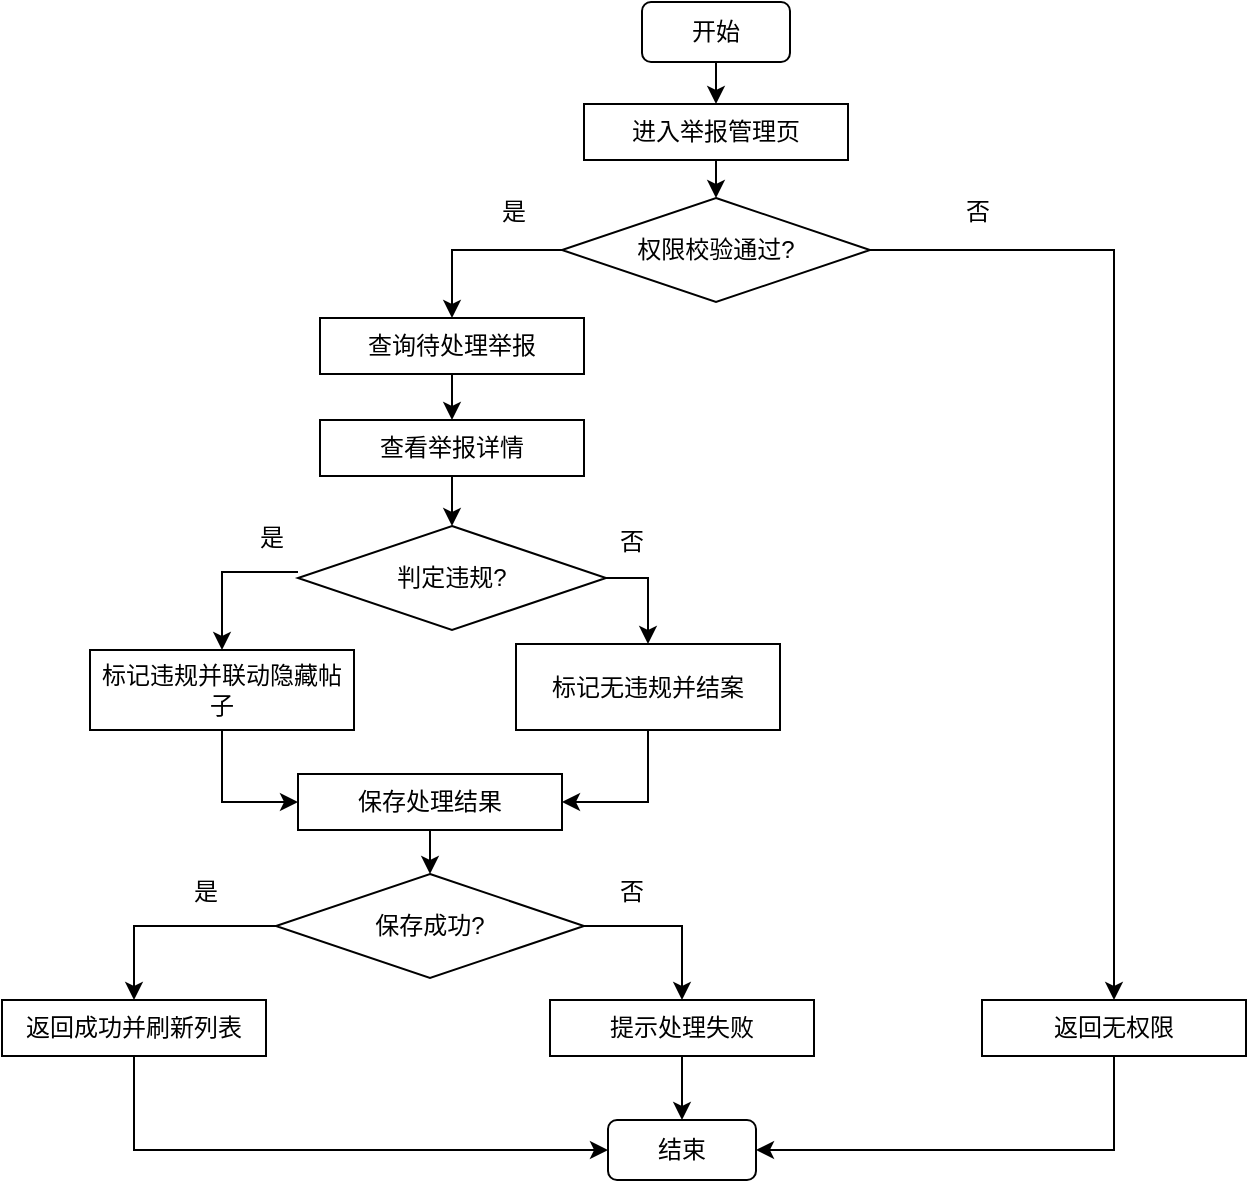
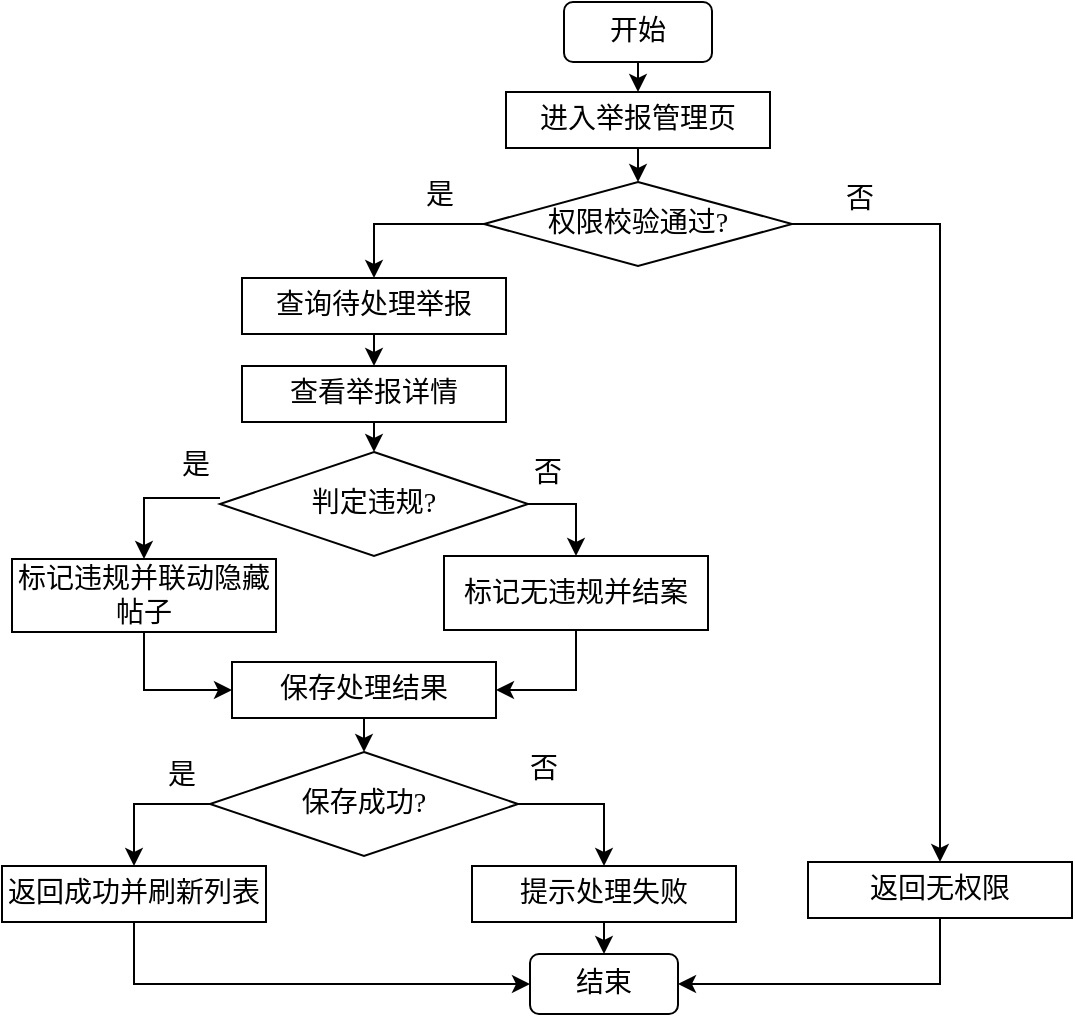
<mxfile host="app.diagrams.net">
  <diagram name="第 1 页" id="Ajj3nnqfAEhxi_esBhM-">
    <mxGraphModel dx="1406" dy="780" grid="0" gridSize="10" guides="1" tooltips="1" connect="1" arrows="1" fold="1" page="1" pageScale="1" pageWidth="827" pageHeight="1169" math="0" shadow="0">
      <root>
        <mxCell id="0" />
        <mxCell id="1" parent="0" />
-         <mxCell id="5s4HJbSS7f1pDqxF-hRO-1" parent="1" style="rounded=1;whiteSpace=wrap;html=1;" value="&lt;span style=&quot;font-size: 12px;&quot;&gt;开始&lt;/span&gt;" vertex="1">
+         <mxCell id="5s4HJbSS7f1pDqxF-hRO-1" parent="1" style="rounded=1;whiteSpace=wrap;html=1;fontFamily=仿宋;fontSize=14;" value="&lt;span&gt;开始&lt;/span&gt;" vertex="1">
          <mxGeometry height="30" width="74" x="389" y="11" as="geometry" />
        </mxCell>
-         <mxCell id="5s4HJbSS7f1pDqxF-hRO-2" parent="1" style="rounded=0;whiteSpace=wrap;html=1;" value="&lt;span style=&quot;font-size: 12px;&quot;&gt;进入举报管理页&lt;/span&gt;" vertex="1">
-           <mxGeometry height="28" width="132" x="360" y="62" as="geometry" />
+         <mxCell id="5s4HJbSS7f1pDqxF-hRO-2" parent="1" style="rounded=0;whiteSpace=wrap;html=1;fontFamily=仿宋;fontSize=14;" value="&lt;span&gt;进入举报管理页&lt;/span&gt;" vertex="1">
+           <mxGeometry height="28" width="132" x="360" y="56" as="geometry" />
        </mxCell>
-         <mxCell id="5s4HJbSS7f1pDqxF-hRO-3" parent="1" style="rhombus;whiteSpace=wrap;html=1;" value="&lt;span style=&quot;font-size: 12px;&quot;&gt;权限校验通过?&lt;/span&gt;" vertex="1">
-           <mxGeometry height="52" width="154" x="349" y="109" as="geometry" />
+         <mxCell id="5s4HJbSS7f1pDqxF-hRO-3" parent="1" style="rhombus;whiteSpace=wrap;html=1;fontFamily=仿宋;fontSize=14;" value="&lt;span&gt;权限校验通过?&lt;/span&gt;" vertex="1">
+           <mxGeometry height="42" width="154" x="349" y="101" as="geometry" />
        </mxCell>
-         <mxCell id="5s4HJbSS7f1pDqxF-hRO-4" parent="1" style="rounded=0;whiteSpace=wrap;html=1;" value="&lt;span style=&quot;font-size: 12px;&quot;&gt;查询待处理举报&lt;/span&gt;" vertex="1">
-           <mxGeometry height="28" width="132" x="228" y="169" as="geometry" />
+         <mxCell id="5s4HJbSS7f1pDqxF-hRO-4" parent="1" style="rounded=0;whiteSpace=wrap;html=1;fontFamily=仿宋;fontSize=14;" value="&lt;span&gt;查询待处理举报&lt;/span&gt;" vertex="1">
+           <mxGeometry height="28" width="132" x="228" y="149" as="geometry" />
        </mxCell>
-         <mxCell id="5s4HJbSS7f1pDqxF-hRO-5" parent="1" style="rounded=0;whiteSpace=wrap;html=1;" value="&lt;span style=&quot;font-size: 12px;&quot;&gt;查看举报详情&lt;/span&gt;" vertex="1">
-           <mxGeometry height="28" width="132" x="228" y="220" as="geometry" />
+         <mxCell id="5s4HJbSS7f1pDqxF-hRO-5" parent="1" style="rounded=0;whiteSpace=wrap;html=1;fontFamily=仿宋;fontSize=14;" value="&lt;span&gt;查看举报详情&lt;/span&gt;" vertex="1">
+           <mxGeometry height="28" width="132" x="228" y="193" as="geometry" />
        </mxCell>
-         <mxCell id="5s4HJbSS7f1pDqxF-hRO-6" parent="1" style="rhombus;whiteSpace=wrap;html=1;" value="&lt;span style=&quot;font-size: 12px;&quot;&gt;判定违规?&lt;/span&gt;" vertex="1">
-           <mxGeometry height="52" width="154" x="217" y="273" as="geometry" />
+         <mxCell id="5s4HJbSS7f1pDqxF-hRO-6" parent="1" style="rhombus;whiteSpace=wrap;html=1;fontFamily=仿宋;fontSize=14;" value="&lt;span&gt;判定违规?&lt;/span&gt;" vertex="1">
+           <mxGeometry height="52" width="154" x="217" y="236" as="geometry" />
        </mxCell>
-         <mxCell id="5s4HJbSS7f1pDqxF-hRO-7" parent="1" style="rounded=0;whiteSpace=wrap;html=1;" value="&lt;span style=&quot;font-size: 12px;&quot;&gt;标记违规并联动隐藏帖子&lt;/span&gt;" vertex="1">
-           <mxGeometry height="40" width="132" x="113" y="335" as="geometry" />
+         <mxCell id="5s4HJbSS7f1pDqxF-hRO-7" parent="1" style="rounded=0;whiteSpace=wrap;html=1;fontFamily=仿宋;fontSize=14;" value="&lt;span&gt;标记违规并联动隐藏帖子&lt;/span&gt;" vertex="1">
+           <mxGeometry height="36.5" width="132" x="113" y="289.5" as="geometry" />
        </mxCell>
-         <mxCell id="5s4HJbSS7f1pDqxF-hRO-8" parent="1" style="rounded=0;whiteSpace=wrap;html=1;" value="&lt;span style=&quot;font-size: 12px;&quot;&gt;标记无违规并结案&lt;/span&gt;" vertex="1">
-           <mxGeometry height="43" width="132" x="326" y="332" as="geometry" />
+         <mxCell id="5s4HJbSS7f1pDqxF-hRO-8" parent="1" style="rounded=0;whiteSpace=wrap;html=1;fontFamily=仿宋;fontSize=14;" value="&lt;span&gt;标记无违规并结案&lt;/span&gt;" vertex="1">
+           <mxGeometry height="37" width="132" x="329" y="288" as="geometry" />
        </mxCell>
-         <mxCell id="5s4HJbSS7f1pDqxF-hRO-9" parent="1" style="rounded=0;whiteSpace=wrap;html=1;" value="&lt;span style=&quot;font-size: 12px;&quot;&gt;保存处理结果&lt;/span&gt;" vertex="1">
-           <mxGeometry height="28" width="132" x="217" y="397" as="geometry" />
+         <mxCell id="5s4HJbSS7f1pDqxF-hRO-9" parent="1" style="rounded=0;whiteSpace=wrap;html=1;fontFamily=仿宋;fontSize=14;" value="&lt;span&gt;保存处理结果&lt;/span&gt;" vertex="1">
+           <mxGeometry height="28" width="132" x="223" y="341" as="geometry" />
        </mxCell>
-         <mxCell id="5s4HJbSS7f1pDqxF-hRO-10" parent="1" style="rhombus;whiteSpace=wrap;html=1;" value="&lt;span style=&quot;font-size: 12px;&quot;&gt;保存成功?&lt;/span&gt;" vertex="1">
-           <mxGeometry height="52" width="154" x="206" y="447" as="geometry" />
+         <mxCell id="5s4HJbSS7f1pDqxF-hRO-10" parent="1" style="rhombus;whiteSpace=wrap;html=1;fontFamily=仿宋;fontSize=14;" value="&lt;span&gt;保存成功?&lt;/span&gt;" vertex="1">
+           <mxGeometry height="52" width="154" x="212" y="386" as="geometry" />
        </mxCell>
-         <mxCell id="5s4HJbSS7f1pDqxF-hRO-11" parent="1" style="rounded=0;whiteSpace=wrap;html=1;" value="&lt;span style=&quot;font-size: 12px;&quot;&gt;返回成功并刷新列表&lt;/span&gt;" vertex="1">
-           <mxGeometry height="28" width="132" x="69" y="510" as="geometry" />
+         <mxCell id="5s4HJbSS7f1pDqxF-hRO-11" parent="1" style="rounded=0;whiteSpace=wrap;html=1;fontFamily=仿宋;fontSize=14;" value="&lt;span&gt;返回成功并刷新列表&lt;/span&gt;" vertex="1">
+           <mxGeometry height="28" width="132" x="108" y="443" as="geometry" />
        </mxCell>
-         <mxCell id="5s4HJbSS7f1pDqxF-hRO-12" parent="1" style="rounded=0;whiteSpace=wrap;html=1;" value="&lt;span style=&quot;font-size: 12px;&quot;&gt;提示处理失败&lt;/span&gt;" vertex="1">
-           <mxGeometry height="28" width="132" x="343" y="510" as="geometry" />
+         <mxCell id="5s4HJbSS7f1pDqxF-hRO-12" parent="1" style="rounded=0;whiteSpace=wrap;html=1;fontFamily=仿宋;fontSize=14;" value="&lt;span&gt;提示处理失败&lt;/span&gt;" vertex="1">
+           <mxGeometry height="28" width="132" x="343" y="443" as="geometry" />
        </mxCell>
-         <mxCell id="5s4HJbSS7f1pDqxF-hRO-13" parent="1" style="rounded=0;whiteSpace=wrap;html=1;" value="&lt;span style=&quot;font-size: 12px;&quot;&gt;返回无权限&lt;/span&gt;" vertex="1">
-           <mxGeometry height="28" width="132" x="559" y="510" as="geometry" />
+         <mxCell id="5s4HJbSS7f1pDqxF-hRO-13" parent="1" style="rounded=0;whiteSpace=wrap;html=1;fontFamily=仿宋;fontSize=14;" value="&lt;span&gt;返回无权限&lt;/span&gt;" vertex="1">
+           <mxGeometry height="28" width="132" x="511" y="441" as="geometry" />
        </mxCell>
-         <mxCell id="5s4HJbSS7f1pDqxF-hRO-14" parent="1" style="rounded=1;whiteSpace=wrap;html=1;" value="&lt;span style=&quot;font-size: 12px;&quot;&gt;结束&lt;/span&gt;" vertex="1">
-           <mxGeometry height="30" width="74" x="372" y="570" as="geometry" />
+         <mxCell id="5s4HJbSS7f1pDqxF-hRO-14" parent="1" style="rounded=1;whiteSpace=wrap;html=1;fontFamily=仿宋;fontSize=14;" value="&lt;span&gt;结束&lt;/span&gt;" vertex="1">
+           <mxGeometry height="30" width="74" x="372" y="487" as="geometry" />
        </mxCell>
-         <mxCell id="5s4HJbSS7f1pDqxF-hRO-19" edge="1" parent="1" source="5s4HJbSS7f1pDqxF-hRO-1" style="endArrow=classic;html=1;rounded=0;exitX=0.5;exitY=1;exitDx=0;exitDy=0;entryX=0.5;entryY=0;entryDx=0;entryDy=0;" target="5s4HJbSS7f1pDqxF-hRO-2" value="">
+         <mxCell id="5s4HJbSS7f1pDqxF-hRO-19" edge="1" parent="1" source="5s4HJbSS7f1pDqxF-hRO-1" style="endArrow=classic;html=1;rounded=0;exitX=0.5;exitY=1;exitDx=0;exitDy=0;entryX=0.5;entryY=0;entryDx=0;entryDy=0;fontFamily=仿宋;fontSize=14;" target="5s4HJbSS7f1pDqxF-hRO-2" value="">
          <mxGeometry height="50" relative="1" width="50" as="geometry">
            <mxPoint x="47" y="143" as="sourcePoint" />
            <mxPoint x="97" y="93" as="targetPoint" />
          </mxGeometry>
        </mxCell>
-         <mxCell id="5s4HJbSS7f1pDqxF-hRO-20" edge="1" parent="1" source="5s4HJbSS7f1pDqxF-hRO-2" style="endArrow=classic;html=1;rounded=0;exitX=0.5;exitY=1;exitDx=0;exitDy=0;entryX=0.5;entryY=0;entryDx=0;entryDy=0;" target="5s4HJbSS7f1pDqxF-hRO-3" value="">
+         <mxCell id="5s4HJbSS7f1pDqxF-hRO-20" edge="1" parent="1" source="5s4HJbSS7f1pDqxF-hRO-2" style="endArrow=classic;html=1;rounded=0;exitX=0.5;exitY=1;exitDx=0;exitDy=0;entryX=0.5;entryY=0;entryDx=0;entryDy=0;fontFamily=仿宋;fontSize=14;" target="5s4HJbSS7f1pDqxF-hRO-3" value="">
          <mxGeometry height="50" relative="1" width="50" as="geometry">
            <mxPoint x="640" y="206" as="sourcePoint" />
            <mxPoint x="643" y="241" as="targetPoint" />
          </mxGeometry>
        </mxCell>
-         <mxCell id="5s4HJbSS7f1pDqxF-hRO-21" edge="1" parent="1" source="5s4HJbSS7f1pDqxF-hRO-4" style="endArrow=classic;html=1;rounded=0;exitX=0.5;exitY=1;exitDx=0;exitDy=0;entryX=0.5;entryY=0;entryDx=0;entryDy=0;" target="5s4HJbSS7f1pDqxF-hRO-5" value="">
+         <mxCell id="5s4HJbSS7f1pDqxF-hRO-21" edge="1" parent="1" source="5s4HJbSS7f1pDqxF-hRO-4" style="endArrow=classic;html=1;rounded=0;exitX=0.5;exitY=1;exitDx=0;exitDy=0;entryX=0.5;entryY=0;entryDx=0;entryDy=0;fontFamily=仿宋;fontSize=14;" target="5s4HJbSS7f1pDqxF-hRO-5" value="">
          <mxGeometry height="50" relative="1" width="50" as="geometry">
            <mxPoint x="451" y="246" as="sourcePoint" />
            <mxPoint x="454" y="281" as="targetPoint" />
          </mxGeometry>
        </mxCell>
-         <mxCell id="5s4HJbSS7f1pDqxF-hRO-22" edge="1" parent="1" source="5s4HJbSS7f1pDqxF-hRO-3" style="endArrow=classic;html=1;rounded=0;exitX=0;exitY=0.5;exitDx=0;exitDy=0;entryX=0.5;entryY=0;entryDx=0;entryDy=0;edgeStyle=orthogonalEdgeStyle;" target="5s4HJbSS7f1pDqxF-hRO-4" value="">
+         <mxCell id="5s4HJbSS7f1pDqxF-hRO-22" edge="1" parent="1" source="5s4HJbSS7f1pDqxF-hRO-3" style="endArrow=classic;html=1;rounded=0;exitX=0;exitY=0.5;exitDx=0;exitDy=0;entryX=0.5;entryY=0;entryDx=0;entryDy=0;edgeStyle=orthogonalEdgeStyle;fontFamily=仿宋;fontSize=14;" target="5s4HJbSS7f1pDqxF-hRO-4" value="">
          <mxGeometry height="50" relative="1" width="50" as="geometry">
            <mxPoint x="183" y="96" as="sourcePoint" />
            <mxPoint x="186" y="131" as="targetPoint" />
          </mxGeometry>
        </mxCell>
-         <mxCell id="5s4HJbSS7f1pDqxF-hRO-23" edge="1" parent="1" source="5s4HJbSS7f1pDqxF-hRO-3" style="endArrow=classic;html=1;rounded=0;exitX=1;exitY=0.5;exitDx=0;exitDy=0;entryX=0.5;entryY=0;entryDx=0;entryDy=0;edgeStyle=orthogonalEdgeStyle;" target="5s4HJbSS7f1pDqxF-hRO-13" value="">
+         <mxCell id="5s4HJbSS7f1pDqxF-hRO-23" edge="1" parent="1" source="5s4HJbSS7f1pDqxF-hRO-3" style="endArrow=classic;html=1;rounded=0;exitX=1;exitY=0.5;exitDx=0;exitDy=0;entryX=0.5;entryY=0;entryDx=0;entryDy=0;edgeStyle=orthogonalEdgeStyle;fontFamily=仿宋;fontSize=14;" target="5s4HJbSS7f1pDqxF-hRO-13" value="">
          <mxGeometry height="50" relative="1" width="50" as="geometry">
            <mxPoint x="557" y="272" as="sourcePoint" />
            <mxPoint x="560" y="307" as="targetPoint" />
          </mxGeometry>
        </mxCell>
-         <mxCell id="5s4HJbSS7f1pDqxF-hRO-24" edge="1" parent="1" source="5s4HJbSS7f1pDqxF-hRO-5" style="endArrow=classic;html=1;rounded=0;exitX=0.5;exitY=1;exitDx=0;exitDy=0;entryX=0.5;entryY=0;entryDx=0;entryDy=0;" target="5s4HJbSS7f1pDqxF-hRO-6" value="">
+         <mxCell id="5s4HJbSS7f1pDqxF-hRO-24" edge="1" parent="1" source="5s4HJbSS7f1pDqxF-hRO-5" style="endArrow=classic;html=1;rounded=0;exitX=0.5;exitY=1;exitDx=0;exitDy=0;entryX=0.5;entryY=0;entryDx=0;entryDy=0;fontFamily=仿宋;fontSize=14;" target="5s4HJbSS7f1pDqxF-hRO-6" value="">
          <mxGeometry height="50" relative="1" width="50" as="geometry">
            <mxPoint x="479" y="340" as="sourcePoint" />
            <mxPoint x="482" y="375" as="targetPoint" />
          </mxGeometry>
        </mxCell>
-         <mxCell id="5s4HJbSS7f1pDqxF-hRO-25" edge="1" parent="1" source="5s4HJbSS7f1pDqxF-hRO-6" style="endArrow=classic;html=1;rounded=0;exitX=0;exitY=0.442;exitDx=0;exitDy=0;entryX=0.5;entryY=0;entryDx=0;entryDy=0;exitPerimeter=0;edgeStyle=orthogonalEdgeStyle;" target="5s4HJbSS7f1pDqxF-hRO-7" value="">
+         <mxCell id="5s4HJbSS7f1pDqxF-hRO-25" edge="1" parent="1" source="5s4HJbSS7f1pDqxF-hRO-6" style="endArrow=classic;html=1;rounded=0;exitX=0;exitY=0.442;exitDx=0;exitDy=0;entryX=0.5;entryY=0;entryDx=0;entryDy=0;exitPerimeter=0;edgeStyle=orthogonalEdgeStyle;fontFamily=仿宋;fontSize=14;" target="5s4HJbSS7f1pDqxF-hRO-7" value="">
          <mxGeometry height="50" relative="1" width="50" as="geometry">
            <mxPoint x="158" y="372" as="sourcePoint" />
            <mxPoint x="161" y="407" as="targetPoint" />
          </mxGeometry>
        </mxCell>
-         <mxCell id="5s4HJbSS7f1pDqxF-hRO-26" edge="1" parent="1" source="5s4HJbSS7f1pDqxF-hRO-6" style="endArrow=classic;html=1;rounded=0;exitX=1;exitY=0.5;exitDx=0;exitDy=0;entryX=0.5;entryY=0;entryDx=0;entryDy=0;edgeStyle=orthogonalEdgeStyle;" target="5s4HJbSS7f1pDqxF-hRO-8" value="">
+         <mxCell id="5s4HJbSS7f1pDqxF-hRO-26" edge="1" parent="1" source="5s4HJbSS7f1pDqxF-hRO-6" style="endArrow=classic;html=1;rounded=0;exitX=1;exitY=0.5;exitDx=0;exitDy=0;entryX=0.5;entryY=0;entryDx=0;entryDy=0;edgeStyle=orthogonalEdgeStyle;fontFamily=仿宋;fontSize=14;" target="5s4HJbSS7f1pDqxF-hRO-8" value="">
          <mxGeometry height="50" relative="1" width="50" as="geometry">
            <mxPoint x="467" y="342" as="sourcePoint" />
            <mxPoint x="470" y="377" as="targetPoint" />
          </mxGeometry>
        </mxCell>
-         <mxCell id="5s4HJbSS7f1pDqxF-hRO-27" edge="1" parent="1" source="5s4HJbSS7f1pDqxF-hRO-7" style="endArrow=classic;html=1;rounded=0;exitX=0.5;exitY=1;exitDx=0;exitDy=0;entryX=0;entryY=0.5;entryDx=0;entryDy=0;edgeStyle=orthogonalEdgeStyle;" target="5s4HJbSS7f1pDqxF-hRO-9" value="">
+         <mxCell id="5s4HJbSS7f1pDqxF-hRO-27" edge="1" parent="1" source="5s4HJbSS7f1pDqxF-hRO-7" style="endArrow=classic;html=1;rounded=0;exitX=0.5;exitY=1;exitDx=0;exitDy=0;entryX=0;entryY=0.5;entryDx=0;entryDy=0;edgeStyle=orthogonalEdgeStyle;fontFamily=仿宋;fontSize=14;" target="5s4HJbSS7f1pDqxF-hRO-9" value="">
          <mxGeometry height="50" relative="1" width="50" as="geometry">
            <mxPoint x="170" y="504" as="sourcePoint" />
            <mxPoint x="173" y="539" as="targetPoint" />
          </mxGeometry>
        </mxCell>
-         <mxCell id="5s4HJbSS7f1pDqxF-hRO-28" edge="1" parent="1" source="5s4HJbSS7f1pDqxF-hRO-8" style="endArrow=classic;html=1;rounded=0;exitX=0.5;exitY=1;exitDx=0;exitDy=0;entryX=1;entryY=0.5;entryDx=0;entryDy=0;edgeStyle=orthogonalEdgeStyle;" target="5s4HJbSS7f1pDqxF-hRO-9" value="">
+         <mxCell id="5s4HJbSS7f1pDqxF-hRO-28" edge="1" parent="1" source="5s4HJbSS7f1pDqxF-hRO-8" style="endArrow=classic;html=1;rounded=0;exitX=0.5;exitY=1;exitDx=0;exitDy=0;entryX=1;entryY=0.5;entryDx=0;entryDy=0;edgeStyle=orthogonalEdgeStyle;fontFamily=仿宋;fontSize=14;" target="5s4HJbSS7f1pDqxF-hRO-9" value="">
          <mxGeometry height="50" relative="1" width="50" as="geometry">
            <mxPoint x="422" y="489" as="sourcePoint" />
            <mxPoint x="425" y="524" as="targetPoint" />
          </mxGeometry>
        </mxCell>
-         <mxCell id="5s4HJbSS7f1pDqxF-hRO-29" edge="1" parent="1" source="5s4HJbSS7f1pDqxF-hRO-9" style="endArrow=classic;html=1;rounded=0;exitX=0.5;exitY=1;exitDx=0;exitDy=0;entryX=0.5;entryY=0;entryDx=0;entryDy=0;" target="5s4HJbSS7f1pDqxF-hRO-10" value="">
+         <mxCell id="5s4HJbSS7f1pDqxF-hRO-29" edge="1" parent="1" source="5s4HJbSS7f1pDqxF-hRO-9" style="endArrow=classic;html=1;rounded=0;exitX=0.5;exitY=1;exitDx=0;exitDy=0;entryX=0.5;entryY=0;entryDx=0;entryDy=0;fontFamily=仿宋;fontSize=14;" target="5s4HJbSS7f1pDqxF-hRO-10" value="">
          <mxGeometry height="50" relative="1" width="50" as="geometry">
            <mxPoint x="181" y="564" as="sourcePoint" />
            <mxPoint x="184" y="599" as="targetPoint" />
          </mxGeometry>
        </mxCell>
-         <mxCell id="5s4HJbSS7f1pDqxF-hRO-30" edge="1" parent="1" source="5s4HJbSS7f1pDqxF-hRO-10" style="endArrow=classic;html=1;rounded=0;exitX=0;exitY=0.5;exitDx=0;exitDy=0;entryX=0.5;entryY=0;entryDx=0;entryDy=0;edgeStyle=orthogonalEdgeStyle;" target="5s4HJbSS7f1pDqxF-hRO-11" value="">
+         <mxCell id="5s4HJbSS7f1pDqxF-hRO-30" edge="1" parent="1" source="5s4HJbSS7f1pDqxF-hRO-10" style="endArrow=classic;html=1;rounded=0;exitX=0;exitY=0.5;exitDx=0;exitDy=0;entryX=0.5;entryY=0;entryDx=0;entryDy=0;edgeStyle=orthogonalEdgeStyle;fontFamily=仿宋;fontSize=14;" target="5s4HJbSS7f1pDqxF-hRO-11" value="">
          <mxGeometry height="50" relative="1" width="50" as="geometry">
            <mxPoint x="134" y="614" as="sourcePoint" />
            <mxPoint x="137" y="649" as="targetPoint" />
          </mxGeometry>
        </mxCell>
-         <mxCell id="5s4HJbSS7f1pDqxF-hRO-31" edge="1" parent="1" source="5s4HJbSS7f1pDqxF-hRO-10" style="endArrow=classic;html=1;rounded=0;exitX=1;exitY=0.5;exitDx=0;exitDy=0;entryX=0.5;entryY=0;entryDx=0;entryDy=0;edgeStyle=orthogonalEdgeStyle;" target="5s4HJbSS7f1pDqxF-hRO-12" value="">
+         <mxCell id="5s4HJbSS7f1pDqxF-hRO-31" edge="1" parent="1" source="5s4HJbSS7f1pDqxF-hRO-10" style="endArrow=classic;html=1;rounded=0;exitX=1;exitY=0.5;exitDx=0;exitDy=0;entryX=0.5;entryY=0;entryDx=0;entryDy=0;edgeStyle=orthogonalEdgeStyle;fontFamily=仿宋;fontSize=14;" target="5s4HJbSS7f1pDqxF-hRO-12" value="">
          <mxGeometry height="50" relative="1" width="50" as="geometry">
            <mxPoint x="405" y="601" as="sourcePoint" />
            <mxPoint x="408" y="636" as="targetPoint" />
          </mxGeometry>
        </mxCell>
-         <mxCell id="5s4HJbSS7f1pDqxF-hRO-32" edge="1" parent="1" source="5s4HJbSS7f1pDqxF-hRO-11" style="endArrow=classic;html=1;rounded=0;exitX=0.5;exitY=1;exitDx=0;exitDy=0;entryX=0;entryY=0.5;entryDx=0;entryDy=0;edgeStyle=orthogonalEdgeStyle;" target="5s4HJbSS7f1pDqxF-hRO-14" value="">
+         <mxCell id="5s4HJbSS7f1pDqxF-hRO-32" edge="1" parent="1" source="5s4HJbSS7f1pDqxF-hRO-11" style="endArrow=classic;html=1;rounded=0;exitX=0.5;exitY=1;exitDx=0;exitDy=0;entryX=0;entryY=0.5;entryDx=0;entryDy=0;edgeStyle=orthogonalEdgeStyle;fontFamily=仿宋;fontSize=14;" target="5s4HJbSS7f1pDqxF-hRO-14" value="">
          <mxGeometry height="50" relative="1" width="50" as="geometry">
            <mxPoint x="175" y="851" as="sourcePoint" />
            <mxPoint x="178" y="886" as="targetPoint" />
          </mxGeometry>
        </mxCell>
-         <mxCell id="5s4HJbSS7f1pDqxF-hRO-33" edge="1" parent="1" source="5s4HJbSS7f1pDqxF-hRO-13" style="endArrow=classic;html=1;rounded=0;exitX=0.5;exitY=1;exitDx=0;exitDy=0;entryX=1;entryY=0.5;entryDx=0;entryDy=0;edgeStyle=orthogonalEdgeStyle;" target="5s4HJbSS7f1pDqxF-hRO-14" value="">
+         <mxCell id="5s4HJbSS7f1pDqxF-hRO-33" edge="1" parent="1" source="5s4HJbSS7f1pDqxF-hRO-13" style="endArrow=classic;html=1;rounded=0;exitX=0.5;exitY=1;exitDx=0;exitDy=0;entryX=1;entryY=0.5;entryDx=0;entryDy=0;edgeStyle=orthogonalEdgeStyle;fontFamily=仿宋;fontSize=14;" target="5s4HJbSS7f1pDqxF-hRO-14" value="">
          <mxGeometry height="50" relative="1" width="50" as="geometry">
            <mxPoint x="611" y="751" as="sourcePoint" />
            <mxPoint x="614" y="786" as="targetPoint" />
          </mxGeometry>
        </mxCell>
-         <mxCell id="5s4HJbSS7f1pDqxF-hRO-34" edge="1" parent="1" source="5s4HJbSS7f1pDqxF-hRO-12" style="endArrow=classic;html=1;rounded=0;exitX=0.5;exitY=1;exitDx=0;exitDy=0;entryX=0.5;entryY=0;entryDx=0;entryDy=0;" target="5s4HJbSS7f1pDqxF-hRO-14" value="">
+         <mxCell id="5s4HJbSS7f1pDqxF-hRO-34" edge="1" parent="1" source="5s4HJbSS7f1pDqxF-hRO-12" style="endArrow=classic;html=1;rounded=0;exitX=0.5;exitY=1;exitDx=0;exitDy=0;entryX=0.5;entryY=0;entryDx=0;entryDy=0;fontFamily=仿宋;fontSize=14;" target="5s4HJbSS7f1pDqxF-hRO-14" value="">
          <mxGeometry height="50" relative="1" width="50" as="geometry">
            <mxPoint x="442" y="723" as="sourcePoint" />
            <mxPoint x="445" y="758" as="targetPoint" />
          </mxGeometry>
        </mxCell>
-         <mxCell id="5s4HJbSS7f1pDqxF-hRO-35" parent="1" style="text;html=1;whiteSpace=wrap;strokeColor=none;fillColor=none;align=center;verticalAlign=middle;rounded=0;" value="是" vertex="1">
-           <mxGeometry height="30" width="60" x="295" y="101" as="geometry" />
+         <mxCell id="5s4HJbSS7f1pDqxF-hRO-35" parent="1" style="text;html=1;whiteSpace=wrap;strokeColor=none;fillColor=none;align=center;verticalAlign=middle;rounded=0;fontFamily=仿宋;fontSize=14;" value="是" vertex="1">
+           <mxGeometry height="30" width="60" x="297" y="93" as="geometry" />
        </mxCell>
-         <mxCell id="5s4HJbSS7f1pDqxF-hRO-36" parent="1" style="text;html=1;whiteSpace=wrap;strokeColor=none;fillColor=none;align=center;verticalAlign=middle;rounded=0;" value="是" vertex="1">
-           <mxGeometry height="30" width="60" x="174" y="264" as="geometry" />
+         <mxCell id="5s4HJbSS7f1pDqxF-hRO-36" parent="1" style="text;html=1;whiteSpace=wrap;strokeColor=none;fillColor=none;align=center;verticalAlign=middle;rounded=0;fontFamily=仿宋;fontSize=14;" value="是" vertex="1">
+           <mxGeometry height="30" width="60" x="175" y="228" as="geometry" />
        </mxCell>
-         <mxCell id="5s4HJbSS7f1pDqxF-hRO-37" parent="1" style="text;html=1;whiteSpace=wrap;strokeColor=none;fillColor=none;align=center;verticalAlign=middle;rounded=0;" value="是" vertex="1">
-           <mxGeometry height="30" width="60" x="141" y="441" as="geometry" />
+         <mxCell id="5s4HJbSS7f1pDqxF-hRO-37" parent="1" style="text;html=1;whiteSpace=wrap;strokeColor=none;fillColor=none;align=center;verticalAlign=middle;rounded=0;fontFamily=仿宋;fontSize=14;" value="是" vertex="1">
+           <mxGeometry height="30" width="60" x="168" y="383" as="geometry" />
        </mxCell>
-         <mxCell id="5s4HJbSS7f1pDqxF-hRO-38" parent="1" style="text;html=1;whiteSpace=wrap;strokeColor=none;fillColor=none;align=center;verticalAlign=middle;rounded=0;" value="否" vertex="1">
-           <mxGeometry height="30" width="60" x="527" y="101" as="geometry" />
+         <mxCell id="5s4HJbSS7f1pDqxF-hRO-38" parent="1" style="text;html=1;whiteSpace=wrap;strokeColor=none;fillColor=none;align=center;verticalAlign=middle;rounded=0;fontFamily=仿宋;fontSize=14;" value="否" vertex="1">
+           <mxGeometry height="30" width="60" x="507" y="95" as="geometry" />
        </mxCell>
-         <mxCell id="5s4HJbSS7f1pDqxF-hRO-39" parent="1" style="text;html=1;whiteSpace=wrap;strokeColor=none;fillColor=none;align=center;verticalAlign=middle;rounded=0;" value="否" vertex="1">
-           <mxGeometry height="30" width="60" x="354" y="266" as="geometry" />
+         <mxCell id="5s4HJbSS7f1pDqxF-hRO-39" parent="1" style="text;html=1;whiteSpace=wrap;strokeColor=none;fillColor=none;align=center;verticalAlign=middle;rounded=0;fontFamily=仿宋;fontSize=14;" value="否" vertex="1">
+           <mxGeometry height="30" width="60" x="351" y="232" as="geometry" />
        </mxCell>
-         <mxCell id="5s4HJbSS7f1pDqxF-hRO-40" parent="1" style="text;html=1;whiteSpace=wrap;strokeColor=none;fillColor=none;align=center;verticalAlign=middle;rounded=0;" value="否" vertex="1">
-           <mxGeometry height="30" width="60" x="354" y="441" as="geometry" />
+         <mxCell id="5s4HJbSS7f1pDqxF-hRO-40" parent="1" style="text;html=1;whiteSpace=wrap;strokeColor=none;fillColor=none;align=center;verticalAlign=middle;rounded=0;fontFamily=仿宋;fontSize=14;" value="否" vertex="1">
+           <mxGeometry height="30" width="60" x="349" y="380" as="geometry" />
        </mxCell>
      </root>
    </mxGraphModel>
  </diagram>
</mxfile>
